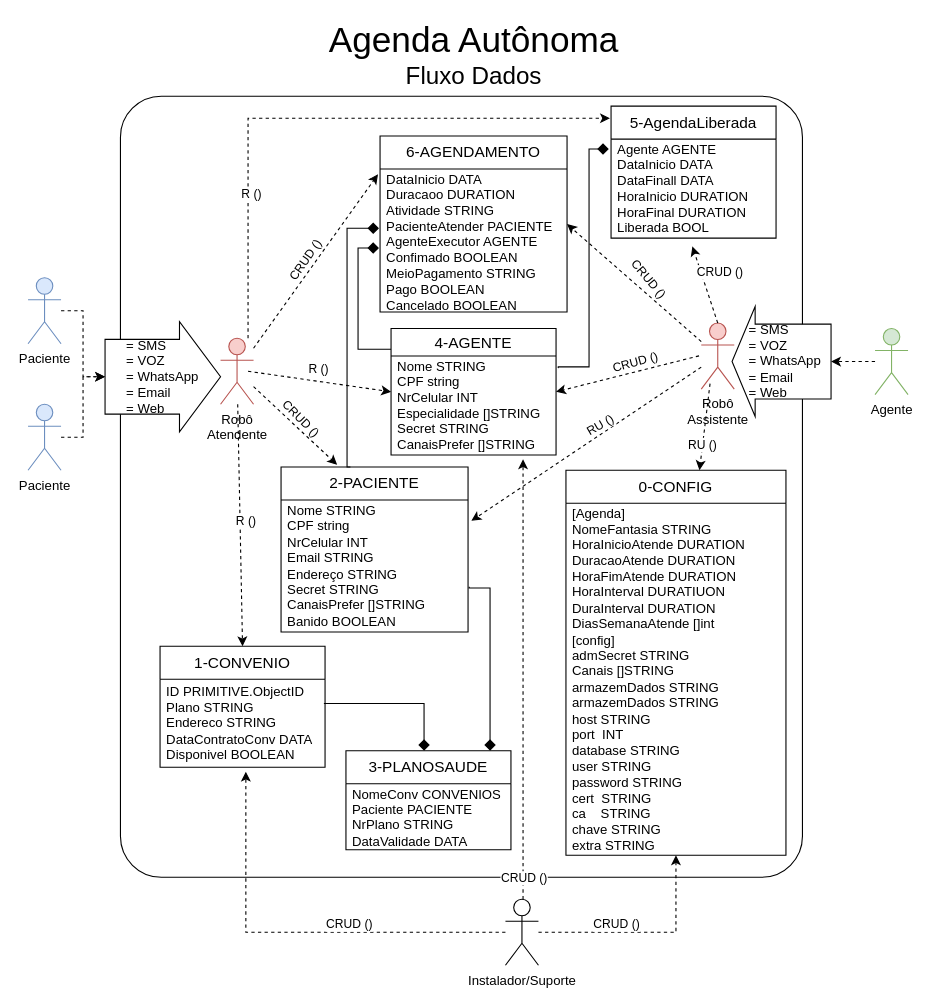
Above: page "Página-1" (1 of 2) of Agenda.drawio in gunboe/Agenda (draw.io), before the change. Source tidied: cells renumbered, new cells numbered last; positions are measured from the earlier drawing's top-left corner, leaving out a move shared by most shapes. Both pictures are drawn from the tidied source at 110%, with x=0, y=0 at pixel (28, 21).
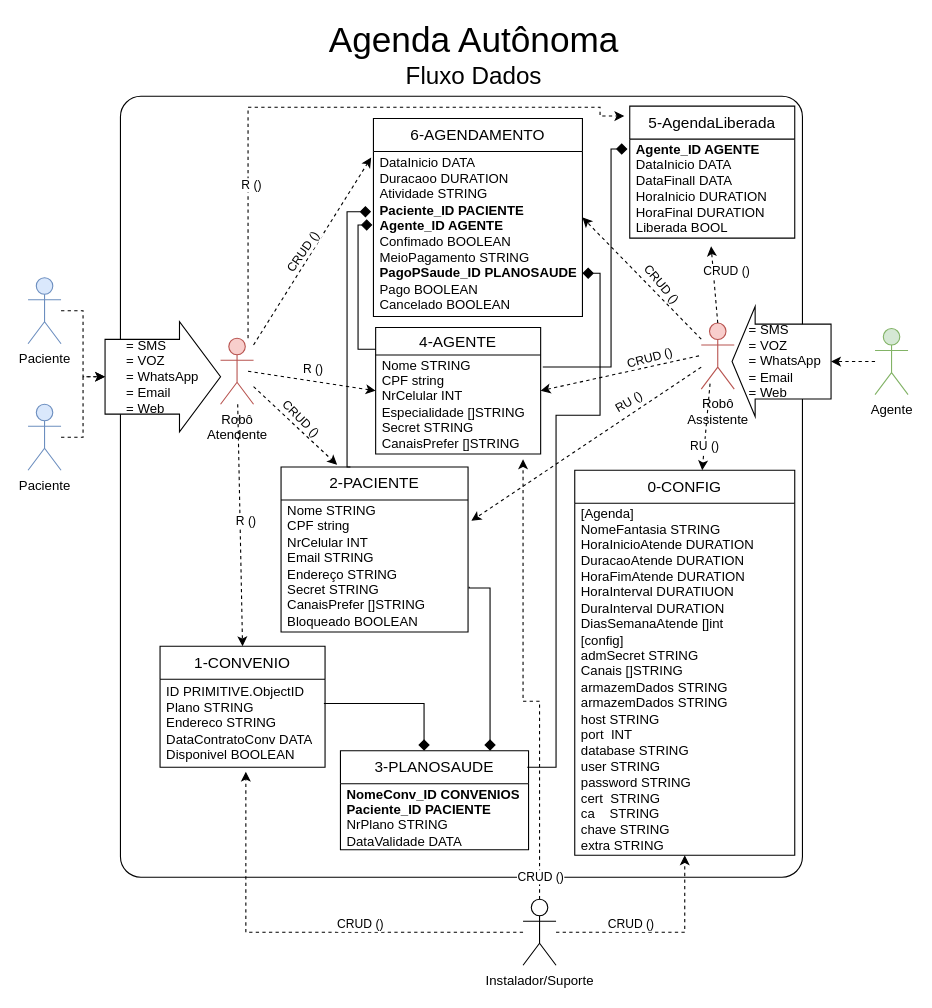
The same diagram, later.

Commit message:
Actualização Relacionamentos Agenda.drawio

Unchanged cells that the change refers to:
```xml
<mxCell id="12" value="&lt;font style=&quot;font-size: 14px;&quot;&gt;2-PACIENTE&lt;/font&gt;" style="swimlane;fontStyle=0;horizontal=1;startSize=30;whiteSpace=wrap;html=1;" parent="1" vertex="1">
  <mxGeometry x="230" y="405" width="170" height="150" as="geometry" />
</mxCell>
<mxCell id="19" value="Robô&lt;br&gt;Atendente" style="shape=umlActor;verticalLabelPosition=bottom;verticalAlign=top;html=1;outlineConnect=0;fillColor=#f8cecc;strokeColor=#b85450;" parent="1" vertex="1">
  <mxGeometry x="175" y="288" width="30" height="60" as="geometry" />
</mxCell>
<mxCell id="22" value="Nome STRING&lt;br&gt;CPF string&lt;br&gt;NrCelular INT&lt;br&gt;Especialidade []STRING&lt;br&gt;Secret STRING&lt;br&gt;CanaisPrefer []STRING" style="text;strokeColor=none;fillColor=none;align=left;verticalAlign=middle;spacingLeft=4;spacingRight=4;overflow=hidden;points=[[0,0.5],[1,0.5]];portConstraint=eastwest;whiteSpace=wrap;html=1;" parent="21" vertex="1">
  <mxGeometry y="25" width="150" height="90" as="geometry" />
</mxCell>
<mxCell id="27" style="endArrow=classic;html=1;rounded=0;dashed=1;entryX=1.018;entryY=0.158;entryDx=0;entryDy=0;entryPerimeter=0;" parent="1" edge="1" source="23" target="13">
  <mxGeometry relative="1" as="geometry" />
</mxCell>
<mxCell id="29" style="endArrow=classic;html=1;rounded=0;entryX=1;entryY=0.5;entryDx=0;entryDy=0;dashed=1;" parent="1" edge="1" target="21">
  <mxGeometry relative="1" as="geometry">
    <mxPoint x="610" y="304" as="sourcePoint" />
  </mxGeometry>
</mxCell>
<mxCell id="31" style="endArrow=classic;html=1;rounded=0;entryX=1;entryY=0.5;entryDx=0;entryDy=0;dashed=1;" parent="1" edge="1" source="23" target="8">
  <mxGeometry relative="1" as="geometry" />
</mxCell>
```

The edit, as a diff of the source:
```diff
@@
-    <mxCell id="2" style="rounded=1;whiteSpace=wrap;html=1;arcSize=6;" parent="1" vertex="1">
+    <mxCell id="2" style="rounded=1;whiteSpace=wrap;html=1;arcSize=3;" parent="1" vertex="1">
       <mxGeometry x="84" y="68" width="620" height="710" as="geometry" />
     </mxCell>
@@
     <mxCell id="8" value="&lt;font style=&quot;font-size: 14px;&quot;&gt;6-AGENDAMENTO&lt;/font&gt;" style="swimlane;fontStyle=0;horizontal=1;startSize=30;whiteSpace=wrap;html=1;" parent="1" vertex="1">
-      <mxGeometry x="320" y="104.2" width="170" height="160" as="geometry" />
+      <mxGeometry x="314" y="88.2" width="190" height="180" as="geometry" />
     </mxCell>
-    <mxCell id="9" value="DataInicio DATA&lt;br style=&quot;border-color: var(--border-color); text-align: center;&quot;&gt;&lt;span style=&quot;text-align: center;&quot;&gt;Duracaoo DURATION&lt;/span&gt;&lt;br style=&quot;border-color: var(--border-color); text-align: center;&quot;&gt;&lt;span style=&quot;text-align: center;&quot;&gt;Atividade STRING&lt;/span&gt;&lt;br style=&quot;border-color: var(--border-color); text-align: center;&quot;&gt;PacienteAtender PACIENTE&lt;br style=&quot;border-color: var(--border-color);&quot;&gt;&lt;span style=&quot;text-align: center;&quot;&gt;AgenteExecutor AGENTE&lt;/span&gt;&lt;br style=&quot;border-color: var(--border-color); text-align: center;&quot;&gt;&lt;span style=&quot;text-align: center;&quot;&gt;Confimado BOOLEAN&lt;/span&gt;&lt;span style=&quot;text-align: center;&quot;&gt;&lt;br&gt;MeioPagamento STRING&lt;br&gt;Pago BOOLEAN&lt;br&gt;Cancelado BOOLEAN&lt;br&gt;&lt;/span&gt;" style="text;strokeColor=none;fillColor=none;align=left;verticalAlign=middle;spacingLeft=4;spacingRight=4;overflow=hidden;points=[[0,0.5],[1,0.5]];portConstraint=eastwest;whiteSpace=wrap;html=1;" parent="8" vertex="1">
-      <mxGeometry y="30" width="170" height="130" as="geometry" />
+    <mxCell id="9" value="DataInicio DATA&lt;br style=&quot;border-color: var(--border-color); text-align: center;&quot;&gt;&lt;span style=&quot;text-align: center;&quot;&gt;Duracaoo DURATION&lt;/span&gt;&lt;br style=&quot;border-color: var(--border-color); text-align: center;&quot;&gt;&lt;span style=&quot;text-align: center;&quot;&gt;Atividade STRING&lt;/span&gt;&lt;br style=&quot;border-color: var(--border-color); text-align: center;&quot;&gt;&lt;b&gt;Paciente_ID PACIENTE&lt;/b&gt;&lt;br style=&quot;border-color: var(--border-color);&quot;&gt;&lt;span style=&quot;text-align: center;&quot;&gt;&lt;b&gt;Agente_ID AGENTE&lt;/b&gt;&lt;/span&gt;&lt;br style=&quot;border-color: var(--border-color); text-align: center;&quot;&gt;&lt;span style=&quot;text-align: center;&quot;&gt;Confimado BOOLEAN&lt;/span&gt;&lt;span style=&quot;text-align: center;&quot;&gt;&lt;br&gt;MeioPagamento STRING&lt;br&gt;&lt;b&gt;PagoPSaude_ID PLANOSAUDE&lt;/b&gt;&lt;br&gt;Pago BOOLEAN&lt;br&gt;Cancelado BOOLEAN&lt;br&gt;&lt;/span&gt;" style="text;strokeColor=none;fillColor=none;align=left;verticalAlign=middle;spacingLeft=4;spacingRight=4;overflow=hidden;points=[[0,0.5],[1,0.5]];portConstraint=eastwest;whiteSpace=wrap;html=1;" parent="8" vertex="1">
+      <mxGeometry y="30" width="190" height="150" as="geometry" />
     </mxCell>
@@
-    <mxCell id="13" value="Nome STRING&lt;br&gt;CPF string&lt;br&gt;NrCelular INT&lt;br&gt;Email STRING&lt;br&gt;Endereço STRING&lt;br&gt;Secret STRING&lt;br&gt;CanaisPrefer []STRING&lt;br&gt;Banido BOOLEAN" style="text;strokeColor=none;fillColor=none;align=left;verticalAlign=middle;spacingLeft=4;spacingRight=4;overflow=hidden;points=[[0,0.5],[1,0.5]];portConstraint=eastwest;whiteSpace=wrap;html=1;" parent="12" vertex="1">
+    <mxCell id="13" value="Nome STRING&lt;br&gt;CPF string&lt;br&gt;NrCelular INT&lt;br&gt;Email STRING&lt;br&gt;Endereço STRING&lt;br&gt;Secret STRING&lt;br&gt;CanaisPrefer []STRING&lt;br&gt;Bloqueado BOOLEAN" style="text;strokeColor=none;fillColor=none;align=left;verticalAlign=middle;spacingLeft=4;spacingRight=4;overflow=hidden;points=[[0,0.5],[1,0.5]];portConstraint=eastwest;whiteSpace=wrap;html=1;" parent="12" vertex="1">
       <mxGeometry y="30" width="170" height="120" as="geometry" />
     </mxCell>
@@
     <mxCell id="18" value="Instalador/Suporte" style="shape=umlActor;verticalLabelPosition=bottom;verticalAlign=top;html=1;outlineConnect=0;" parent="1" vertex="1">
-      <mxGeometry x="434" y="798" width="30" height="60" as="geometry" />
+      <mxGeometry x="450" y="798" width="30" height="60" as="geometry" />
     </mxCell>
@@
     <mxCell id="21" value="&lt;font style=&quot;font-size: 14px;&quot;&gt;4-AGENTE&lt;/font&gt;" style="swimlane;fontStyle=0;horizontal=1;startSize=25;whiteSpace=wrap;html=1;" parent="1" vertex="1">
-      <mxGeometry x="330" y="279.2" width="150" height="115" as="geometry" />
+      <mxGeometry x="316" y="278.2" width="150" height="115" as="geometry" />
     </mxCell>
@@
     <mxCell id="28" value="RU ()" style="edgeLabel;html=1;align=center;verticalAlign=middle;rotation=-30;" parent="27" vertex="1">
       <mxGeometry x="0.33" y="1" relative="1" as="geometry">
-        <mxPoint x="46" y="-41" as="offset" />
+        <mxPoint x="72" y="-62" as="offset" />
       </mxGeometry>
     </mxCell>
@@
     <mxCell id="30" value="&lt;font style=&quot;font-size: 11px;&quot;&gt;CRUD ()&lt;/font&gt;" style="edgeLabel;html=1;align=center;verticalAlign=middle;rotation=-15;" parent="29" vertex="1">
       <mxGeometry x="-0.27" y="2" relative="1" as="geometry">
-        <mxPoint x="-12" y="-8" as="offset" />
+        <mxPoint x="7" y="-12" as="offset" />
       </mxGeometry>
     </mxCell>
@@
     <mxCell id="32" value="CRUD ()" style="edgeLabel;html=1;align=center;verticalAlign=middle;rotation=50;" parent="31" vertex="1">
       <mxGeometry x="-0.27" y="2" relative="1" as="geometry">
-        <mxPoint x="-2" y="-20" as="offset" />
+        <mxPoint x="5" y="-12" as="offset" />
       </mxGeometry>
     </mxCell>
     <mxCell id="33" value="&lt;font style=&quot;font-size: 14px;&quot;&gt;0-CONFIG&lt;/font&gt;" style="swimlane;fontStyle=0;horizontal=1;startSize=30;whiteSpace=wrap;html=1;" parent="1" vertex="1">
-      <mxGeometry x="489" y="408" width="200" height="350" as="geometry" />
+      <mxGeometry x="497" y="408" width="200" height="350" as="geometry" />
     </mxCell>
@@
     <mxCell id="36" value="&lt;font style=&quot;font-size: 14px;&quot;&gt;3-PLANOSAUDE&lt;/font&gt;" style="swimlane;fontStyle=0;horizontal=1;startSize=30;whiteSpace=wrap;html=1;" parent="1" vertex="1">
-      <mxGeometry x="289" y="663" width="150" height="90" as="geometry" />
+      <mxGeometry x="284" y="663" width="171" height="90" as="geometry" />
     </mxCell>
-    <mxCell id="37" value="NomeConv CONVENIOS&lt;br&gt;Paciente PACIENTE&lt;br&gt;NrPlano STRING&lt;br&gt;DataValidade DATA" style="text;strokeColor=none;fillColor=none;align=left;verticalAlign=middle;spacingLeft=4;spacingRight=4;overflow=hidden;whiteSpace=wrap;html=1;" parent="36" vertex="1">
-      <mxGeometry y="30" width="150" height="60" as="geometry" />
+    <mxCell id="37" value="&lt;b&gt;NomeConv_ID CONVENIOS&lt;br&gt;Paciente_ID PACIENTE&lt;/b&gt;&lt;br&gt;NrPlano STRING&lt;br&gt;DataValidade DATA" style="text;strokeColor=none;fillColor=none;align=left;verticalAlign=middle;spacingLeft=4;spacingRight=4;overflow=hidden;whiteSpace=wrap;html=1;" parent="36" vertex="1">
+      <mxGeometry y="30" width="171" height="60" as="geometry" />
     </mxCell>
-    <mxCell id="38" style="edgeStyle=orthogonalEdgeStyle;rounded=0;jettySize=auto;html=1;endArrow=none;endFill=0;endSize=8;startArrow=diamond;startFill=1;startSize=8;exitX=-0.006;exitY=0.552;exitDx=0;exitDy=0;exitPerimeter=0;" parent="1" edge="1" source="9" target="21">
+    <mxCell id="38" style="edgeStyle=orthogonalEdgeStyle;rounded=0;jettySize=auto;html=1;endArrow=none;endFill=0;endSize=8;startArrow=diamond;startFill=1;startSize=8;exitX=-0.005;exitY=0.445;exitDx=0;exitDy=0;exitPerimeter=0;" parent="1" edge="1" source="9" target="21">
       <mxGeometry relative="1" as="geometry">
         <Array as="points">
-          <mxPoint x="300" y="206" />
+          <mxPoint x="300" y="185" />
           <mxPoint x="300" y="298" />
         </Array>
       </mxGeometry>
     </mxCell>
-    <mxCell id="39" style="edgeStyle=orthogonalEdgeStyle;rounded=0;jettySize=auto;html=1;dashed=1;" parent="1" edge="1" source="18">
+    <mxCell id="39" style="edgeStyle=orthogonalEdgeStyle;rounded=0;jettySize=auto;html=1;dashed=1;exitX=0.5;exitY=0;exitDx=0;exitDy=0;exitPerimeter=0;" parent="1" edge="1" source="18">
       <mxGeometry relative="1" as="geometry">
         <mxPoint x="450" y="398" as="targetPoint" />
         <Array as="points">
-          <mxPoint x="450" y="638" />
-          <mxPoint x="450" y="638" />
+          <mxPoint x="465" y="618" />
+          <mxPoint x="450" y="618" />
         </Array>
       </mxGeometry>
     </mxCell>
@@
-    <mxCell id="42" style="edgeStyle=orthogonalEdgeStyle;rounded=0;jettySize=auto;html=1;endArrow=none;endFill=0;endSize=8;startSize=8;startArrow=diamond;startFill=1;entryX=0.371;entryY=0;entryDx=0;entryDy=0;entryPerimeter=0;" parent="1" edge="1" target="12">
+    <mxCell id="42" style="edgeStyle=orthogonalEdgeStyle;rounded=0;jettySize=auto;html=1;endArrow=none;endFill=0;endSize=8;startSize=8;startArrow=diamond;startFill=1;entryX=0.371;entryY=0;entryDx=0;entryDy=0;entryPerimeter=0;exitX=-0.011;exitY=0.365;exitDx=0;exitDy=0;exitPerimeter=0;" parent="1" edge="1" source="9" target="12">
       <mxGeometry relative="1" as="geometry">
-        <mxPoint x="319" y="188" as="sourcePoint" />
         <Array as="points">
-          <mxPoint x="290" y="188" />
+          <mxPoint x="290" y="173" />
+          <mxPoint x="290" y="405" />
         </Array>
       </mxGeometry>
     </mxCell>
@@
     <mxCell id="45" value="&lt;font style=&quot;font-size: 14px;&quot;&gt;5-AgendaLiberada&lt;/font&gt;" style="swimlane;fontStyle=0;horizontal=1;startSize=30;whiteSpace=wrap;html=1;" parent="1" vertex="1">
-      <mxGeometry x="530" y="77" width="150" height="120" as="geometry" />
+      <mxGeometry x="547" y="77" width="150" height="120" as="geometry" />
     </mxCell>
-    <mxCell id="46" value="Agente AGENTE&lt;br&gt;DataInicio DATA&lt;br&gt;DataFinall DATA&lt;br&gt;HoraInicio DURATION&lt;br&gt;HoraFinal DURATION&lt;br&gt;Liberada BOOL" style="text;strokeColor=none;fillColor=none;align=left;verticalAlign=middle;spacingLeft=4;spacingRight=4;overflow=hidden;points=[[0,0.5],[1,0.5]];portConstraint=eastwest;whiteSpace=wrap;html=1;" parent="45" vertex="1">
+    <mxCell id="46" value="&lt;b&gt;Agente_ID AGENTE&lt;br&gt;&lt;/b&gt;DataInicio DATA&lt;br&gt;DataFinall DATA&lt;br&gt;HoraInicio DURATION&lt;br&gt;HoraFinal DURATION&lt;br&gt;Liberada BOOL" style="text;strokeColor=none;fillColor=none;align=left;verticalAlign=middle;spacingLeft=4;spacingRight=4;overflow=hidden;points=[[0,0.5],[1,0.5]];portConstraint=eastwest;whiteSpace=wrap;html=1;" parent="45" vertex="1">
       <mxGeometry y="30" width="150" height="90" as="geometry" />
     </mxCell>
@@
-    <mxCell id="49" style="edgeStyle=orthogonalEdgeStyle;rounded=0;jettySize=auto;html=1;dashed=1;" parent="1" edge="1" source="19">
+    <mxCell id="49" style="edgeStyle=orthogonalEdgeStyle;rounded=0;jettySize=auto;html=1;dashed=1;entryX=-0.033;entryY=0.075;entryDx=0;entryDy=0;entryPerimeter=0;" parent="1" edge="1" source="19" target="45">
       <mxGeometry relative="1" as="geometry">
-        <mxPoint x="529" y="88" as="targetPoint" />
         <Array as="points">
-          <mxPoint x="200" y="88" />
+          <mxPoint x="200" y="78" />
+          <mxPoint x="520" y="78" />
+          <mxPoint x="520" y="86" />
         </Array>
       </mxGeometry>
     </mxCell>
@@
     <mxCell id="59" style="edgeStyle=orthogonalEdgeStyle;rounded=0;jettySize=auto;html=1;entryX=1.013;entryY=0.122;entryDx=0;entryDy=0;entryPerimeter=0;endArrow=none;endFill=0;strokeWidth=1;endSize=8;exitX=-0.014;exitY=0.1;exitDx=0;exitDy=0;exitPerimeter=0;startArrow=diamond;startFill=1;targetPerimeterSpacing=0;sourcePerimeterSpacing=0;startSize=8;" parent="1" edge="1" source="46" target="22">
       <mxGeometry relative="1" as="geometry">
         <Array as="points">
-          <mxPoint x="510" y="116" />
-          <mxPoint x="510" y="314" />
+          <mxPoint x="530" y="116" />
+          <mxPoint x="530" y="314" />
         </Array>
       </mxGeometry>
     </mxCell>
+    <mxCell id="60" style="edgeStyle=orthogonalEdgeStyle;rounded=0;jettySize=auto;html=1;entryX=1;entryY=0.738;entryDx=0;entryDy=0;entryPerimeter=0;endSize=8;startSize=8;endArrow=diamond;endFill=1;exitX=0.993;exitY=0.167;exitDx=0;exitDy=0;exitPerimeter=0;" parent="1" edge="1" source="36" target="9">
+      <mxGeometry relative="1" as="geometry">
+        <Array as="points">
+          <mxPoint x="480" y="678" />
+          <mxPoint x="480" y="358" />
+          <mxPoint x="520" y="358" />
+          <mxPoint x="520" y="229" />
+        </Array>
+      </mxGeometry>
+    </mxCell>
```
